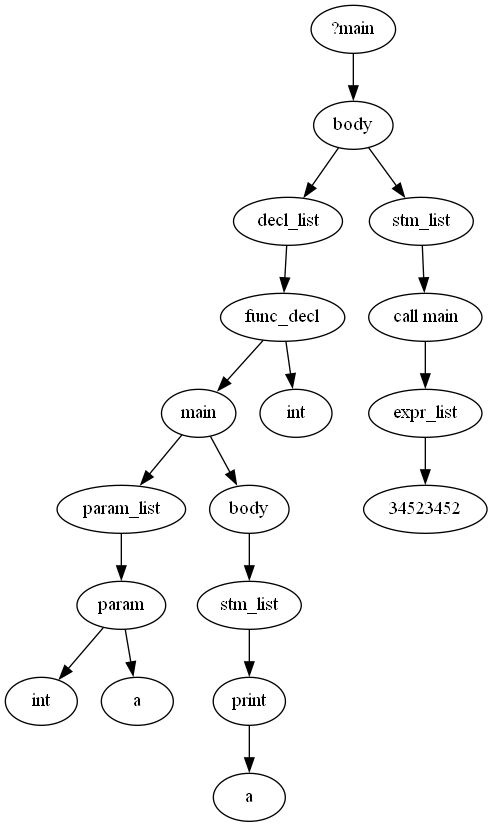
KianBankeLarsen/Compiler keeps this Graphviz diagram as src/printer/images/AST.gv.png. Above is the earlier version. Its source is kept beside it as src/printer/images/AST.gv.
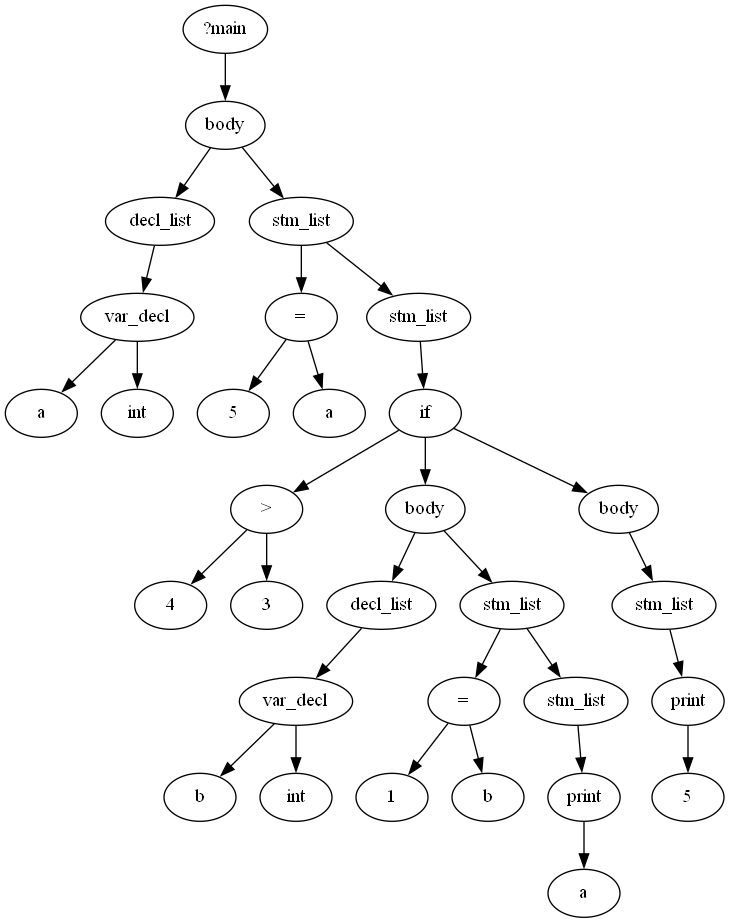
The same file after the commit.

The edit, as a diff of the source:
```diff
@@ -1,37 +1,63 @@
 digraph AST {
 	0 [label="?main"]
 	1 [label=body]
-	2 [label=func_decl]
-	3 [label=main]
-	4 [label=param]
-	5 [label=int]
-	6 [label=a]
-	4 -> 5
-	4 -> 6
-	7 [label=param_list]
-	7 -> 4
-	3 -> 7
-	8 [label=body]
-	9 [label=stm_list]
-	10 [label=a]
-	11 [label=print]
-	11 -> 10
-	9 -> 11
+	2 [label=var_decl]
+	3 [label=a]
+	4 [label=int]
+	2 -> 3
+	2 -> 4
+	5 [label=decl_list]
+	5 -> 2
+	1 -> 5
+	6 [label=stm_list]
+	7 [label=5]
+	8 [label="="]
+	9 [label=a]
 	8 -> 9
-	3 -> 8
-	12 [label=int]
-	2 -> 3
-	2 -> 12
-	13 [label=decl_list]
-	13 -> 2
-	1 -> 13
-	14 [label=stm_list]
-	15 [label="call main"]
-	16 [label=34523452]
-	17 [label=expr_list]
-	17 -> 16
+	8 -> 7
+	6 -> 8
+	10 [label=stm_list]
+	11 [label=4]
+	12 [label=3]
+	13 [label=">"]
+	13 -> 11
+	13 -> 12
+	14 [label=body]
+	15 [label=var_decl]
+	16 [label=b]
+	17 [label=int]
+	15 -> 16
 	15 -> 17
-	14 -> 15
-	1 -> 14
+	18 [label=decl_list]
+	18 -> 15
+	14 -> 18
+	19 [label=stm_list]
+	20 [label=1]
+	21 [label="="]
+	22 [label=b]
+	21 -> 22
+	21 -> 20
+	19 -> 21
+	23 [label=stm_list]
+	24 [label=a]
+	25 [label=print]
+	25 -> 24
+	23 -> 25
+	19 -> 23
+	14 -> 19
+	26 [label=if]
+	27 [label=body]
+	28 [label=stm_list]
+	29 [label=5]
+	30 [label=print]
+	30 -> 29
+	28 -> 30
+	27 -> 28
+	26 -> 27
+	26 -> 13
+	26 -> 14
+	10 -> 26
+	6 -> 10
+	1 -> 6
 	0 -> 1
 }
```
